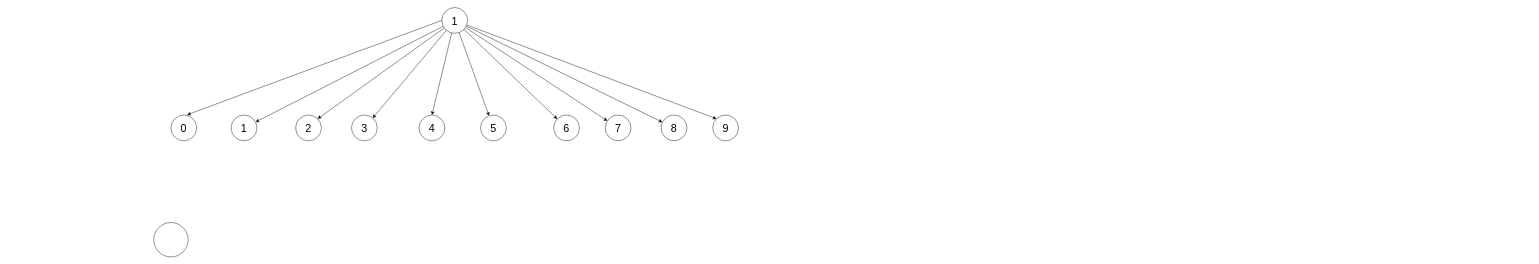
fccc100/Draw.io keeps this draw.io diagram as 0440-字典序第k小的数字.drawio. Above is the earlier version. Source tidied: cells renumbered, new cells numbered last; positions are measured from the earlier drawing's top-left corner, leaving out a move shared by most shapes. Both pictures are drawn from the tidied source at 43%, with x=0, y=0 at pixel (154, 7).
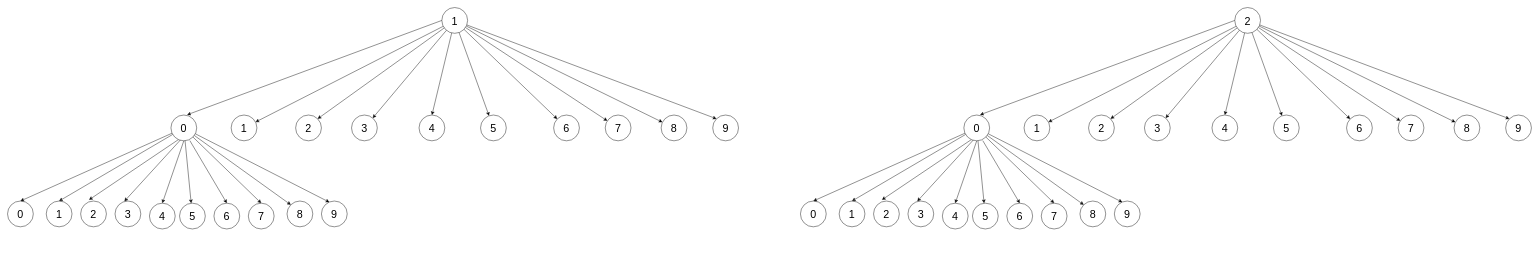
After the change.

Commit message (it also covers changes not shown here):
更新0440-字典序第k小的数字.drawio

The change refers to these unchanged cells:
```xml
<mxCell id="7" value="0" style="ellipse;whiteSpace=wrap;html=1;fontSize=25;" parent="1" vertex="1">
  <mxGeometry x="40" y="250" width="60" height="60" as="geometry" />
</mxCell>
```

Diff of the diagram source:
```diff
@@
-    <mxCell id="3" style="ellipse;whiteSpace=wrap;html=1;fontSize=25;" parent="1" vertex="1">
-      <mxGeometry y="500" width="80" height="80" as="geometry" />
+    <mxCell id="3" value="0" style="ellipse;whiteSpace=wrap;html=1;fontSize=25;" parent="1" vertex="1">
+      <mxGeometry x="-340" y="450" width="60" height="60" as="geometry" />
     </mxCell>
@@
+    <mxCell id="24" value="9" style="ellipse;whiteSpace=wrap;html=1;fontSize=25;" parent="1" vertex="1">
+      <mxGeometry x="390" y="450" width="60" height="60" as="geometry" />
+    </mxCell>
+    <mxCell id="25" value="8" style="ellipse;whiteSpace=wrap;html=1;fontSize=25;" parent="1" vertex="1">
+      <mxGeometry x="310" y="450" width="60" height="60" as="geometry" />
+    </mxCell>
+    <mxCell id="26" value="1" style="ellipse;whiteSpace=wrap;html=1;fontSize=25;" parent="1" vertex="1">
+      <mxGeometry x="-250" y="450" width="60" height="60" as="geometry" />
+    </mxCell>
+    <mxCell id="27" value="2" style="ellipse;whiteSpace=wrap;html=1;fontSize=25;" parent="1" vertex="1">
+      <mxGeometry x="-170" y="450" width="60" height="60" as="geometry" />
+    </mxCell>
+    <mxCell id="28" value="3" style="ellipse;whiteSpace=wrap;html=1;fontSize=25;" parent="1" vertex="1">
+      <mxGeometry x="-90" y="450" width="60" height="60" as="geometry" />
+    </mxCell>
+    <mxCell id="29" value="4" style="ellipse;whiteSpace=wrap;html=1;fontSize=25;" parent="1" vertex="1">
+      <mxGeometry x="-10" y="455" width="60" height="60" as="geometry" />
+    </mxCell>
+    <mxCell id="30" value="5" style="ellipse;whiteSpace=wrap;html=1;fontSize=25;" parent="1" vertex="1">
+      <mxGeometry x="60" y="455" width="60" height="60" as="geometry" />
+    </mxCell>
+    <mxCell id="31" value="6" style="ellipse;whiteSpace=wrap;html=1;fontSize=25;" parent="1" vertex="1">
+      <mxGeometry x="140" y="455" width="60" height="60" as="geometry" />
+    </mxCell>
+    <mxCell id="32" value="7" style="ellipse;whiteSpace=wrap;html=1;fontSize=25;" parent="1" vertex="1">
+      <mxGeometry x="220" y="455" width="60" height="60" as="geometry" />
+    </mxCell>
+    <mxCell id="33" style="endArrow=classic;html=1;rounded=0;fontSize=25;entryX=0.5;entryY=0;entryDx=0;entryDy=0;" parent="1" edge="1" source="7" target="3">
+      <mxGeometry relative="1" as="geometry" />
+    </mxCell>
+    <mxCell id="34" style="endArrow=classic;html=1;rounded=0;fontSize=25;entryX=0.5;entryY=0;entryDx=0;entryDy=0;" parent="1" edge="1" source="7" target="26">
+      <mxGeometry relative="1" as="geometry" />
+    </mxCell>
+    <mxCell id="35" style="endArrow=classic;html=1;rounded=0;fontSize=25;exitX=0.289;exitY=0.954;exitDx=0;exitDy=0;exitPerimeter=0;entryX=0.326;entryY=-0.046;entryDx=0;entryDy=0;entryPerimeter=0;" parent="1" edge="1" source="7" target="27">
+      <mxGeometry relative="1" as="geometry" />
+    </mxCell>
+    <mxCell id="36" style="endArrow=classic;html=1;rounded=0;fontSize=25;entryX=0.363;entryY=0.009;entryDx=0;entryDy=0;entryPerimeter=0;exitX=0.363;exitY=0.972;exitDx=0;exitDy=0;exitPerimeter=0;" parent="1" edge="1" source="7" target="28">
+      <mxGeometry relative="1" as="geometry" />
+    </mxCell>
+    <mxCell id="37" style="endArrow=classic;html=1;rounded=0;fontSize=25;exitX=0.5;exitY=1;exitDx=0;exitDy=0;entryX=0.5;entryY=0;entryDx=0;entryDy=0;" parent="1" edge="1" source="7" target="29">
+      <mxGeometry relative="1" as="geometry" />
+    </mxCell>
+    <mxCell id="38" style="endArrow=classic;html=1;rounded=0;fontSize=25;" parent="1" edge="1" source="7" target="30">
+      <mxGeometry relative="1" as="geometry" />
+    </mxCell>
+    <mxCell id="39" style="endArrow=classic;html=1;rounded=0;fontSize=25;entryX=0.5;entryY=0;entryDx=0;entryDy=0;exitX=0.733;exitY=0.991;exitDx=0;exitDy=0;exitPerimeter=0;" parent="1" edge="1" source="7" target="31">
+      <mxGeometry relative="1" as="geometry" />
+    </mxCell>
+    <mxCell id="40" style="endArrow=classic;html=1;rounded=0;fontSize=25;exitX=1;exitY=1;exitDx=0;exitDy=0;entryX=0.5;entryY=0;entryDx=0;entryDy=0;" parent="1" edge="1" source="7" target="32">
+      <mxGeometry relative="1" as="geometry" />
+    </mxCell>
+    <mxCell id="41" style="endArrow=classic;html=1;rounded=0;fontSize=25;entryX=0;entryY=0;entryDx=0;entryDy=0;" parent="1" edge="1" source="7" target="25">
+      <mxGeometry relative="1" as="geometry" />
+    </mxCell>
+    <mxCell id="42" style="endArrow=classic;html=1;rounded=0;fontSize=25;entryX=0.308;entryY=0.046;entryDx=0;entryDy=0;entryPerimeter=0;" parent="1" edge="1" source="7" target="24">
+      <mxGeometry relative="1" as="geometry" />
+    </mxCell>
+    <mxCell id="43" value="2" style="ellipse;whiteSpace=wrap;html=1;fontSize=25;" parent="1" vertex="1">
+      <mxGeometry x="2514" width="60" height="60" as="geometry" />
+    </mxCell>
+    <mxCell id="44" value="0" style="ellipse;whiteSpace=wrap;html=1;fontSize=25;" parent="1" vertex="1">
+      <mxGeometry x="1504" y="450" width="60" height="60" as="geometry" />
+    </mxCell>
+    <mxCell id="45" value="9" style="ellipse;whiteSpace=wrap;html=1;fontSize=25;" parent="1" vertex="1">
+      <mxGeometry x="3144" y="250" width="60" height="60" as="geometry" />
+    </mxCell>
+    <mxCell id="46" value="7" style="ellipse;whiteSpace=wrap;html=1;fontSize=25;" parent="1" vertex="1">
+      <mxGeometry x="2894" y="250" width="60" height="60" as="geometry" />
+    </mxCell>
+    <mxCell id="47" value="6" style="ellipse;whiteSpace=wrap;html=1;fontSize=25;" parent="1" vertex="1">
+      <mxGeometry x="2774" y="250" width="60" height="60" as="geometry" />
+    </mxCell>
+    <mxCell id="48" value="0" style="ellipse;whiteSpace=wrap;html=1;fontSize=25;" parent="1" vertex="1">
+      <mxGeometry x="1884" y="250" width="60" height="60" as="geometry" />
+    </mxCell>
+    <mxCell id="49" value="8" style="ellipse;whiteSpace=wrap;html=1;fontSize=25;" parent="1" vertex="1">
+      <mxGeometry x="3024" y="250" width="60" height="60" as="geometry" />
+    </mxCell>
+    <mxCell id="50" value="1" style="ellipse;whiteSpace=wrap;html=1;fontSize=25;" parent="1" vertex="1">
+      <mxGeometry x="2024" y="250" width="60" height="60" as="geometry" />
+    </mxCell>
+    <mxCell id="51" value="2" style="ellipse;whiteSpace=wrap;html=1;fontSize=25;" parent="1" vertex="1">
+      <mxGeometry x="2174" y="250" width="60" height="60" as="geometry" />
+    </mxCell>
+    <mxCell id="52" value="3" style="ellipse;whiteSpace=wrap;html=1;fontSize=25;" parent="1" vertex="1">
+      <mxGeometry x="2304" y="250" width="60" height="60" as="geometry" />
+    </mxCell>
+    <mxCell id="53" value="4" style="ellipse;whiteSpace=wrap;html=1;fontSize=25;" parent="1" vertex="1">
+      <mxGeometry x="2461" y="250" width="60" height="60" as="geometry" />
+    </mxCell>
+    <mxCell id="54" value="5" style="ellipse;whiteSpace=wrap;html=1;fontSize=25;" parent="1" vertex="1">
+      <mxGeometry x="2604" y="250" width="60" height="60" as="geometry" />
+    </mxCell>
+    <mxCell id="55" style="endArrow=classic;html=1;rounded=0;fontSize=25;exitX=0;exitY=0.5;exitDx=0;exitDy=0;entryX=0.628;entryY=-0.009;entryDx=0;entryDy=0;entryPerimeter=0;" parent="1" edge="1" source="43" target="48">
+      <mxGeometry relative="1" as="geometry" />
+    </mxCell>
+    <mxCell id="56" style="endArrow=classic;html=1;rounded=0;fontSize=25;" parent="1" edge="1" source="43" target="50">
+      <mxGeometry relative="1" as="geometry" />
+    </mxCell>
+    <mxCell id="57" style="endArrow=classic;html=1;rounded=0;fontSize=25;entryX=1;entryY=0;entryDx=0;entryDy=0;" parent="1" edge="1" source="43" target="51">
+      <mxGeometry relative="1" as="geometry" />
+    </mxCell>
+    <mxCell id="58" style="endArrow=classic;html=1;rounded=0;fontSize=25;entryX=0.5;entryY=0;entryDx=0;entryDy=0;" parent="1" edge="1" source="43" target="53">
+      <mxGeometry relative="1" as="geometry" />
+    </mxCell>
+    <mxCell id="59" style="endArrow=classic;html=1;rounded=0;fontSize=25;" parent="1" edge="1" source="43" target="52">
+      <mxGeometry relative="1" as="geometry" />
+    </mxCell>
+    <mxCell id="60" style="endArrow=classic;html=1;rounded=0;fontSize=25;" parent="1" edge="1" source="43" target="54">
+      <mxGeometry relative="1" as="geometry" />
+    </mxCell>
+    <mxCell id="61" style="endArrow=classic;html=1;rounded=0;fontSize=25;" parent="1" edge="1" source="43" target="47">
+      <mxGeometry relative="1" as="geometry" />
+    </mxCell>
+    <mxCell id="62" style="endArrow=classic;html=1;rounded=0;fontSize=25;" parent="1" edge="1" source="43" target="46">
+      <mxGeometry relative="1" as="geometry" />
+    </mxCell>
+    <mxCell id="63" style="endArrow=classic;html=1;rounded=0;fontSize=25;" parent="1" edge="1" source="43" target="49">
+      <mxGeometry relative="1" as="geometry" />
+    </mxCell>
+    <mxCell id="64" style="endArrow=classic;html=1;rounded=0;fontSize=25;entryX=0;entryY=0;entryDx=0;entryDy=0;" parent="1" edge="1" source="43" target="45">
+      <mxGeometry relative="1" as="geometry" />
+    </mxCell>
+    <mxCell id="65" value="9" style="ellipse;whiteSpace=wrap;html=1;fontSize=25;" parent="1" vertex="1">
+      <mxGeometry x="2234" y="450" width="60" height="60" as="geometry" />
+    </mxCell>
+    <mxCell id="66" value="8" style="ellipse;whiteSpace=wrap;html=1;fontSize=25;" parent="1" vertex="1">
+      <mxGeometry x="2154" y="450" width="60" height="60" as="geometry" />
+    </mxCell>
+    <mxCell id="67" value="1" style="ellipse;whiteSpace=wrap;html=1;fontSize=25;" parent="1" vertex="1">
+      <mxGeometry x="1594" y="450" width="60" height="60" as="geometry" />
+    </mxCell>
+    <mxCell id="68" value="2" style="ellipse;whiteSpace=wrap;html=1;fontSize=25;" parent="1" vertex="1">
+      <mxGeometry x="1674" y="450" width="60" height="60" as="geometry" />
+    </mxCell>
+    <mxCell id="69" value="3" style="ellipse;whiteSpace=wrap;html=1;fontSize=25;" parent="1" vertex="1">
+      <mxGeometry x="1754" y="450" width="60" height="60" as="geometry" />
+    </mxCell>
+    <mxCell id="70" value="4" style="ellipse;whiteSpace=wrap;html=1;fontSize=25;" parent="1" vertex="1">
+      <mxGeometry x="1834" y="455" width="60" height="60" as="geometry" />
+    </mxCell>
+    <mxCell id="71" value="5" style="ellipse;whiteSpace=wrap;html=1;fontSize=25;" parent="1" vertex="1">
+      <mxGeometry x="1904" y="455" width="60" height="60" as="geometry" />
+    </mxCell>
+    <mxCell id="72" value="6" style="ellipse;whiteSpace=wrap;html=1;fontSize=25;" parent="1" vertex="1">
+      <mxGeometry x="1984" y="455" width="60" height="60" as="geometry" />
+    </mxCell>
+    <mxCell id="73" value="7" style="ellipse;whiteSpace=wrap;html=1;fontSize=25;" parent="1" vertex="1">
+      <mxGeometry x="2064" y="455" width="60" height="60" as="geometry" />
+    </mxCell>
+    <mxCell id="74" style="endArrow=classic;html=1;rounded=0;fontSize=25;entryX=0.5;entryY=0;entryDx=0;entryDy=0;" parent="1" edge="1" source="48" target="44">
+      <mxGeometry relative="1" as="geometry" />
+    </mxCell>
+    <mxCell id="75" style="endArrow=classic;html=1;rounded=0;fontSize=25;entryX=0.5;entryY=0;entryDx=0;entryDy=0;" parent="1" edge="1" source="48" target="67">
+      <mxGeometry relative="1" as="geometry" />
+    </mxCell>
+    <mxCell id="76" style="endArrow=classic;html=1;rounded=0;fontSize=25;exitX=0.289;exitY=0.954;exitDx=0;exitDy=0;exitPerimeter=0;entryX=0.326;entryY=-0.046;entryDx=0;entryDy=0;entryPerimeter=0;" parent="1" edge="1" source="48" target="68">
+      <mxGeometry relative="1" as="geometry" />
+    </mxCell>
+    <mxCell id="77" style="endArrow=classic;html=1;rounded=0;fontSize=25;entryX=0.363;entryY=0.009;entryDx=0;entryDy=0;entryPerimeter=0;exitX=0.363;exitY=0.972;exitDx=0;exitDy=0;exitPerimeter=0;" parent="1" edge="1" source="48" target="69">
+      <mxGeometry relative="1" as="geometry" />
+    </mxCell>
+    <mxCell id="78" style="endArrow=classic;html=1;rounded=0;fontSize=25;exitX=0.5;exitY=1;exitDx=0;exitDy=0;entryX=0.5;entryY=0;entryDx=0;entryDy=0;" parent="1" edge="1" source="48" target="70">
+      <mxGeometry relative="1" as="geometry" />
+    </mxCell>
+    <mxCell id="79" style="endArrow=classic;html=1;rounded=0;fontSize=25;" parent="1" edge="1" source="48" target="71">
+      <mxGeometry relative="1" as="geometry" />
+    </mxCell>
+    <mxCell id="80" style="endArrow=classic;html=1;rounded=0;fontSize=25;entryX=0.5;entryY=0;entryDx=0;entryDy=0;exitX=0.733;exitY=0.991;exitDx=0;exitDy=0;exitPerimeter=0;" parent="1" edge="1" source="48" target="72">
+      <mxGeometry relative="1" as="geometry" />
+    </mxCell>
+    <mxCell id="81" style="endArrow=classic;html=1;rounded=0;fontSize=25;exitX=1;exitY=1;exitDx=0;exitDy=0;entryX=0.5;entryY=0;entryDx=0;entryDy=0;" parent="1" edge="1" source="48" target="73">
+      <mxGeometry relative="1" as="geometry" />
+    </mxCell>
+    <mxCell id="82" style="endArrow=classic;html=1;rounded=0;fontSize=25;entryX=0;entryY=0;entryDx=0;entryDy=0;" parent="1" edge="1" source="48" target="66">
+      <mxGeometry relative="1" as="geometry" />
+    </mxCell>
+    <mxCell id="83" style="endArrow=classic;html=1;rounded=0;fontSize=25;entryX=0.308;entryY=0.046;entryDx=0;entryDy=0;entryPerimeter=0;" parent="1" edge="1" source="48" target="65">
+      <mxGeometry relative="1" as="geometry" />
+    </mxCell>
```
